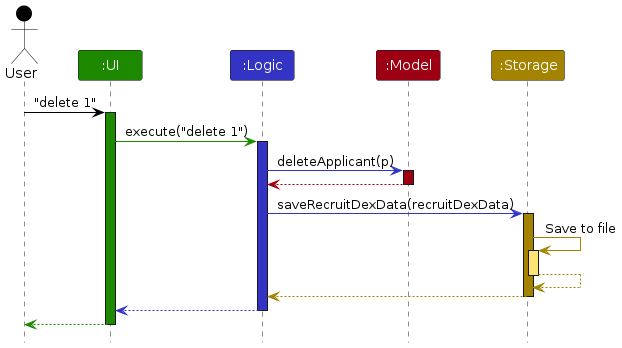
Earlier version of the PlantUML export diagrams/ArchitectureSequenceDiagram.png (AY2627S1-CS2103T-W12-4/tp). Its source is kept beside it as diagrams/ArchitectureSequenceDiagram.puml.
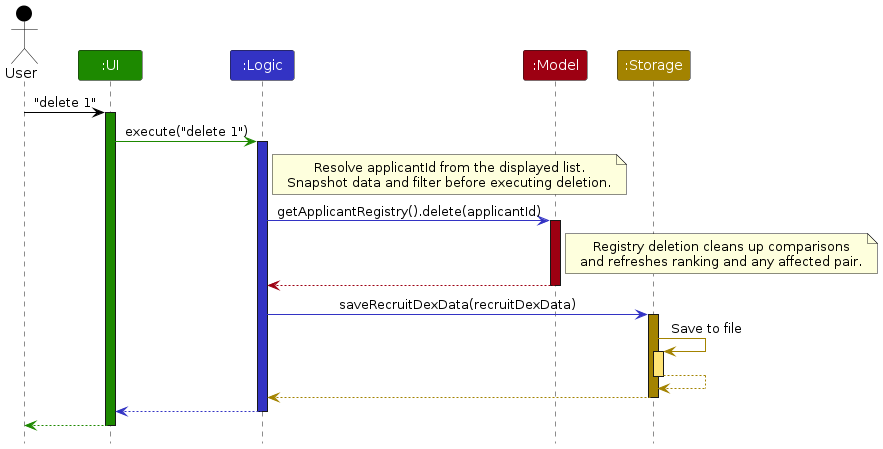
After the commit.

The edit, as a diff of the source:
```diff
@@ -14,8 +14,18 @@
 ui -[UI_COLOR]> logic : execute("delete 1")
 activate logic LOGIC_COLOR
 
-logic -[LOGIC_COLOR]> model : deleteApplicant(p)
+note right of logic
+  Resolve applicantId from the displayed list.
+  Snapshot data and filter before executing deletion.
+end note
+
+logic -[LOGIC_COLOR]> model : getApplicantRegistry().delete(applicantId)
 activate model MODEL_COLOR
+
+note right of model
+  Registry deletion cleans up comparisons
+  and refreshes ranking and any affected pair.
+end note
 
 model -[MODEL_COLOR]-> logic
 deactivate model
```
